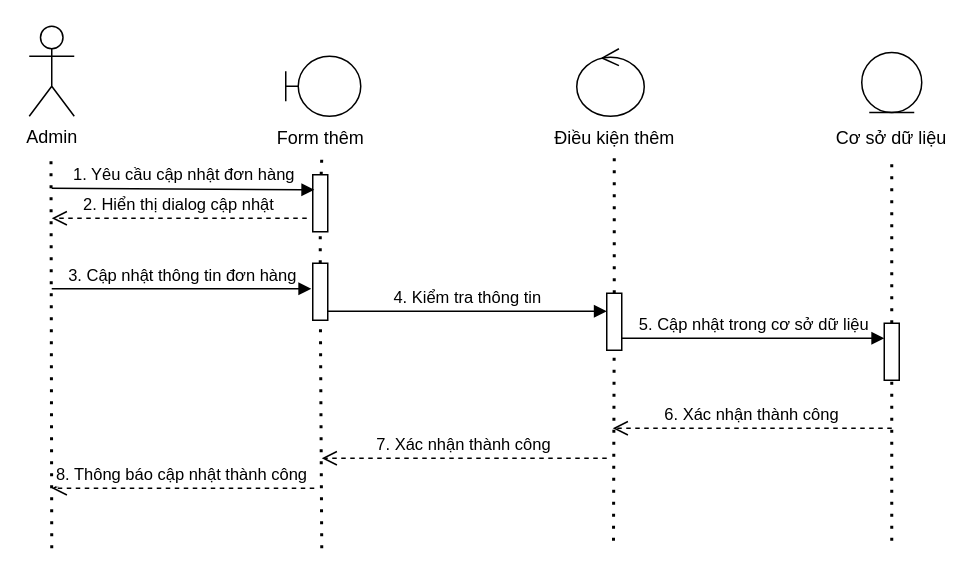
Above: updateRepairTicket.drawio in lesongvi/dhelpproject (draw.io), before the change. Source tidied: cells renumbered, new cells numbered last; positions are measured from the earlier drawing's top-left corner, leaving out a move shared by most shapes. Both pictures are drawn from the tidied source at 150%, with x=0, y=0 at pixel (28, 26).
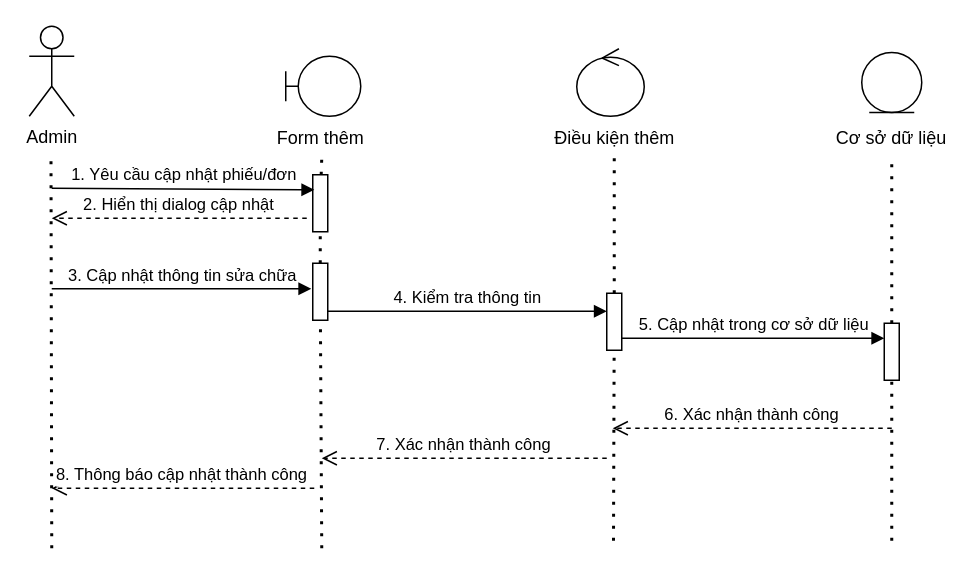
The same diagram, later.

The change refers to these unchanged cells:
```xml
<mxCell id="6" style="verticalLabelPosition=bottom;verticalAlign=top;html=1;shape=mxgraph.basic.rect;fillColor2=none;strokeWidth=1;size=20;indent=5;" parent="1" vertex="1">
  <mxGeometry x="189" y="99" width="10" height="38" as="geometry" />
</mxCell>
<mxCell id="11" style="verticalLabelPosition=bottom;verticalAlign=top;html=1;shape=mxgraph.basic.rect;fillColor2=none;strokeWidth=1;size=20;indent=5;" parent="1" vertex="1">
  <mxGeometry x="189" y="158" width="10" height="38" as="geometry" />
</mxCell>
```

The edit, as a diff of the source:
```diff
@@
-    <mxCell id="9" value="1. Yêu cầu cập nhật đơn hàng" style="html=1;verticalAlign=bottom;endArrow=block;rounded=0;entryX=0.1;entryY=0.263;entryDx=0;entryDy=0;entryPerimeter=0;" parent="1" edge="1" target="6">
+    <mxCell id="9" value="1. Yêu cầu cập nhật phiếu/đơn" style="html=1;verticalAlign=bottom;endArrow=block;rounded=0;entryX=0.1;entryY=0.263;entryDx=0;entryDy=0;entryPerimeter=0;" parent="1" edge="1" target="6">
       <mxGeometry relative="1" as="geometry">
         <mxPoint x="15" y="108" as="sourcePoint" />
       </mxGeometry>
     </mxCell>
@@
-    <mxCell id="13" value="3. Cập nhật thông tin đơn hàng" style="html=1;verticalAlign=bottom;endArrow=block;rounded=0;entryX=-0.1;entryY=0.447;entryDx=0;entryDy=0;entryPerimeter=0;" parent="1" edge="1" target="11">
+    <mxCell id="13" value="3. Cập nhật thông tin sửa chữa" style="html=1;verticalAlign=bottom;endArrow=block;rounded=0;entryX=-0.1;entryY=0.447;entryDx=0;entryDy=0;entryPerimeter=0;" parent="1" edge="1" target="11">
       <mxGeometry relative="1" as="geometry">
         <mxPoint x="15" y="175" as="sourcePoint" />
       </mxGeometry>
     </mxCell>
```
